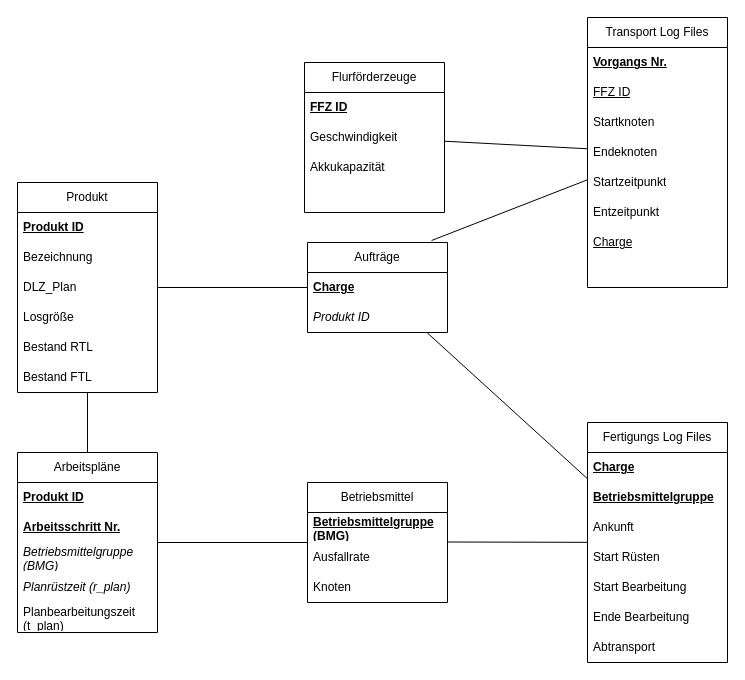
LGehlauf/SPP24 keeps this draw.io diagram as DB-Schema.drawio. Above is the earlier version. Source tidied: cells renumbered, new cells numbered last; positions are measured from the earlier drawing's top-left corner, leaving out a move shared by most shapes. Both pictures are drawn from the tidied source at 100%, with x=0, y=0 at pixel (17, 17).
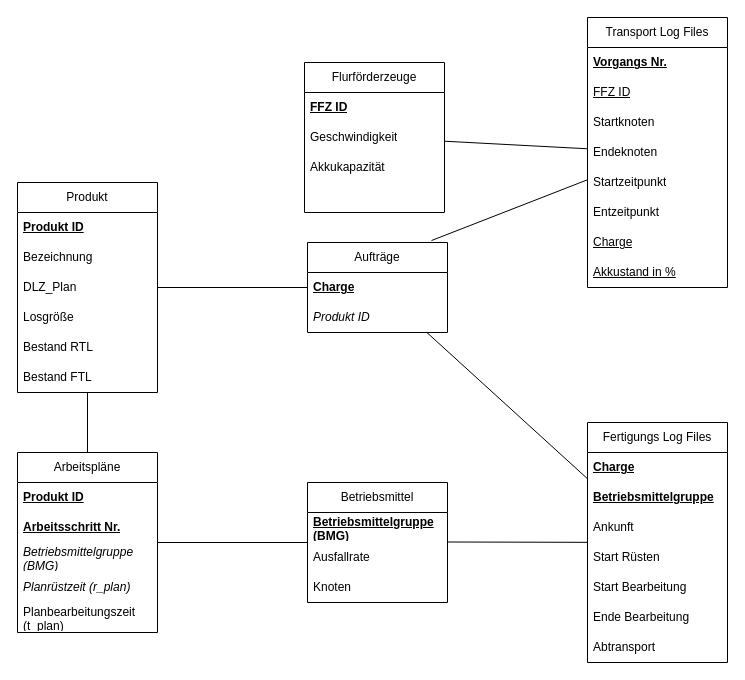
After the change.

Commit message (it also covers changes not shown here):
Anpassung Abbildung DB Schema

The change refers to these unchanged cells:
```xml
<mxCell id="30" value="Transport Log Files" style="swimlane;fontStyle=0;horizontal=1;startSize=30;whiteSpace=wrap;html=1;" parent="1" vertex="1">
  <mxGeometry x="570" width="140" height="270" as="geometry" />
</mxCell>
```

The edit, as a diff of the source:
```diff
@@
-    <mxCell id="38" style="text;strokeColor=none;fillColor=none;align=left;verticalAlign=middle;spacingLeft=4;spacingRight=4;overflow=hidden;whiteSpace=wrap;html=1;fontStyle=4;" parent="30" vertex="1">
+    <mxCell id="38" value="Akkustand in %" style="text;strokeColor=none;fillColor=none;align=left;verticalAlign=middle;spacingLeft=4;spacingRight=4;overflow=hidden;whiteSpace=wrap;html=1;fontStyle=4;" parent="30" vertex="1">
       <mxGeometry y="240" width="140" height="30" as="geometry" />
     </mxCell>
```
